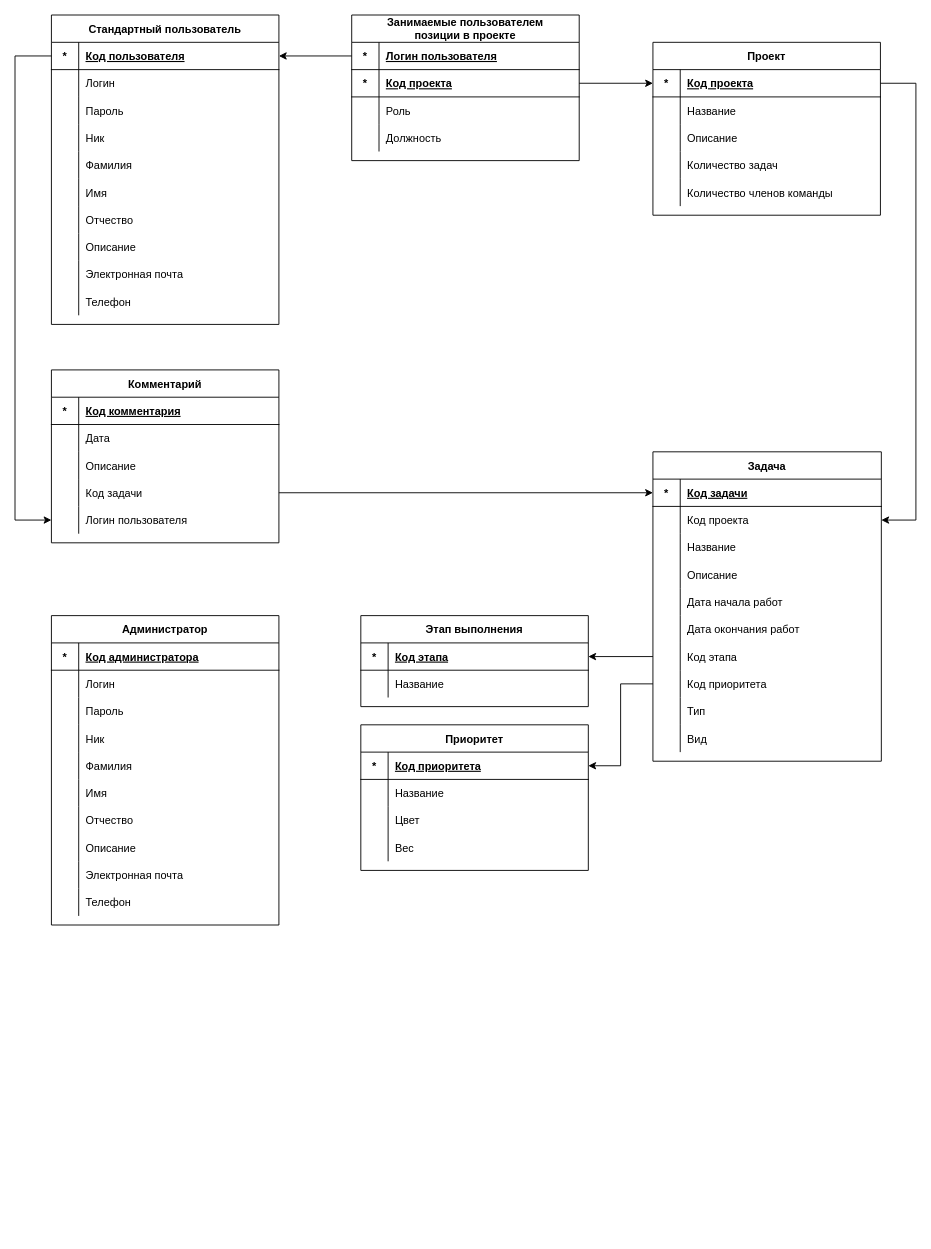
This is doc/relational.drawio from UlrixSingle/task-manager-suai-23, a draw.io file, before an edit. Source tidied: cells renumbered, new cells numbered last; positions are measured from the earlier drawing's top-left corner, leaving out a move shared by most shapes. Both pictures are drawn from the tidied source at 91%, with x=0, y=0 at pixel (15, 15).
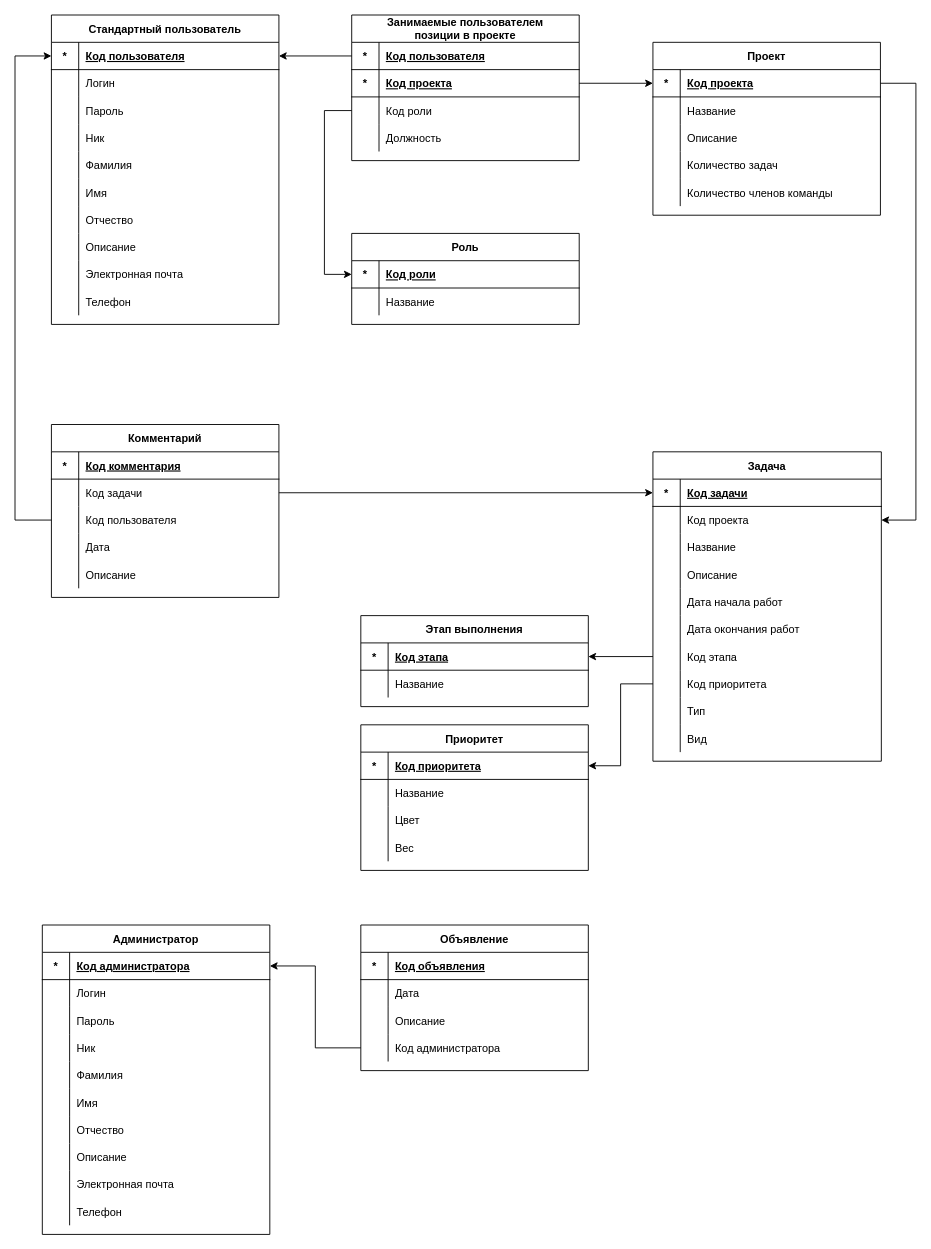
The same diagram, later.

Unchanged cells that the change refers to:
```xml
<mxCell id="86" style="shape=partialRectangle;fillColor=none;points=[[0,0.5],[1,0.5]];portConstraint=eastwest;top=0;left=0;right=0;bottom=1;" parent="85" vertex="1">
  <mxGeometry y="30" width="250" height="30" as="geometry" />
</mxCell>
<mxCell id="92" style="shape=partialRectangle;fillColor=none;points=[[0,0.5],[1,0.5]];portConstraint=eastwest;top=0;left=0;right=0;bottom=0;" parent="85" vertex="1">
  <mxGeometry y="90" width="250" height="30" as="geometry" />
</mxCell>
<mxCell id="100" style="shape=partialRectangle;fillColor=none;points=[[0,0.5],[1,0.5]];portConstraint=eastwest;top=0;left=0;right=0;bottom=1;" parent="99" vertex="1">
  <mxGeometry y="30" width="250" height="30" as="geometry" />
</mxCell>
<mxCell id="134" style="shape=partialRectangle;fillColor=none;points=[[0,0.5],[1,0.5]];portConstraint=eastwest;top=0;left=0;right=0;bottom=1;" parent="133" vertex="1">
  <mxGeometry y="30" width="250" height="30" as="geometry" />
</mxCell>
```

Change to the diagram source:
```diff
@@
     <mxCell id="69" value="Комментарий" style="shape=table;startSize=30;childLayout=tableLayout;rowLines=0;fontStyle=1;align=center;" parent="1" vertex="1">
-      <mxGeometry x="40" y="390" width="250" height="190" as="geometry" />
+      <mxGeometry x="40" y="450" width="250" height="190" as="geometry" />
     </mxCell>
@@
+    <mxCell id="79" style="shape=partialRectangle;fillColor=none;points=[[0,0.5],[1,0.5]];portConstraint=eastwest;top=0;left=0;right=0;bottom=0;" parent="69" vertex="1">
+      <mxGeometry y="60" width="250" height="30" as="geometry" />
+    </mxCell>
+    <mxCell id="80" style="shape=partialRectangle;overflow=hidden;fillColor=none;top=0;left=0;bottom=0;right=0;" parent="79" vertex="1">
+      <mxGeometry width="30" height="30" as="geometry" />
+    </mxCell>
+    <mxCell id="81" value="Код задачи" style="shape=partialRectangle;overflow=hidden;fillColor=none;top=0;left=0;bottom=0;right=0;align=left;spacingLeft=6;" parent="79" vertex="1">
+      <mxGeometry x="30" width="220" height="30" as="geometry" />
+    </mxCell>
+    <mxCell id="82" style="shape=partialRectangle;fillColor=none;points=[[0,0.5],[1,0.5]];portConstraint=eastwest;top=0;left=0;right=0;bottom=0;" parent="69" vertex="1">
+      <mxGeometry y="90" width="250" height="30" as="geometry" />
+    </mxCell>
+    <mxCell id="83" style="shape=partialRectangle;overflow=hidden;fillColor=none;top=0;left=0;bottom=0;right=0;" parent="82" vertex="1">
+      <mxGeometry width="30" height="30" as="geometry" />
+    </mxCell>
+    <mxCell id="84" value="Код пользователя" style="shape=partialRectangle;overflow=hidden;fillColor=none;top=0;left=0;bottom=0;right=0;align=left;spacingLeft=6;" parent="82" vertex="1">
+      <mxGeometry x="30" width="220" height="30" as="geometry" />
+    </mxCell>
     <mxCell id="73" style="shape=partialRectangle;fillColor=none;top=0;left=0;right=0;bottom=0;" parent="69" vertex="1">
-      <mxGeometry y="60" width="250" height="30" as="geometry" />
+      <mxGeometry y="120" width="250" height="30" as="geometry" />
     </mxCell>
@@
     <mxCell id="76" style="shape=partialRectangle;fillColor=none;top=0;left=0;right=0;bottom=0;" parent="69" vertex="1">
-      <mxGeometry y="90" width="250" height="30" as="geometry" />
+      <mxGeometry y="150" width="250" height="30" as="geometry" />
     </mxCell>
@@
-    <mxCell id="79" style="shape=partialRectangle;fillColor=none;points=[[0,0.5],[1,0.5]];portConstraint=eastwest;top=0;left=0;right=0;bottom=0;" parent="69" vertex="1">
-      <mxGeometry y="120" width="250" height="30" as="geometry" />
-    </mxCell>
-    <mxCell id="80" style="shape=partialRectangle;overflow=hidden;fillColor=none;top=0;left=0;bottom=0;right=0;" parent="79" vertex="1">
-      <mxGeometry width="30" height="30" as="geometry" />
-    </mxCell>
-    <mxCell id="81" value="Код задачи" style="shape=partialRectangle;overflow=hidden;fillColor=none;top=0;left=0;bottom=0;right=0;align=left;spacingLeft=6;" parent="79" vertex="1">
-      <mxGeometry x="30" width="220" height="30" as="geometry" />
-    </mxCell>
-    <mxCell id="82" style="shape=partialRectangle;fillColor=none;points=[[0,0.5],[1,0.5]];portConstraint=eastwest;top=0;left=0;right=0;bottom=0;" parent="69" vertex="1">
-      <mxGeometry y="150" width="250" height="30" as="geometry" />
-    </mxCell>
-    <mxCell id="83" style="shape=partialRectangle;overflow=hidden;fillColor=none;top=0;left=0;bottom=0;right=0;" parent="82" vertex="1">
-      <mxGeometry width="30" height="30" as="geometry" />
-    </mxCell>
-    <mxCell id="84" value="Логин пользователя" style="shape=partialRectangle;overflow=hidden;fillColor=none;top=0;left=0;bottom=0;right=0;align=left;spacingLeft=6;" parent="82" vertex="1">
-      <mxGeometry x="30" width="220" height="30" as="geometry" />
-    </mxCell>
@@
-    <mxCell id="88" value="Логин пользователя" style="shape=partialRectangle;overflow=hidden;fillColor=none;top=0;left=0;bottom=0;right=0;align=left;spacingLeft=6;fontStyle=5;" parent="86" vertex="1">
+    <mxCell id="88" value="Код пользователя" style="shape=partialRectangle;overflow=hidden;fillColor=none;top=0;left=0;bottom=0;right=0;align=left;spacingLeft=6;fontStyle=5;" parent="86" vertex="1">
       <mxGeometry x="30" width="220" height="30" as="geometry" />
     </mxCell>
@@
-    <mxCell id="94" value="Роль" style="shape=partialRectangle;overflow=hidden;fillColor=none;top=0;left=0;bottom=0;right=0;align=left;spacingLeft=6;" parent="92" vertex="1">
+    <mxCell id="94" value="Код роли" style="shape=partialRectangle;overflow=hidden;fillColor=none;top=0;left=0;bottom=0;right=0;align=left;spacingLeft=6;" parent="92" vertex="1">
       <mxGeometry x="30" width="220" height="30" as="geometry" />
     </mxCell>
@@
-    <mxCell id="131" style="edgeStyle=orthogonalEdgeStyle;rounded=0;jettySize=auto;html=1;exitX=0;exitY=0.5;exitDx=0;exitDy=0;entryX=0;entryY=0.5;entryDx=0;entryDy=0;startFill=0;endFill=1;startSize=6;endSize=6;" parent="1" edge="1" source="100" target="82">
+    <mxCell id="131" style="edgeStyle=orthogonalEdgeStyle;rounded=0;jettySize=auto;html=1;exitX=0;exitY=0.5;exitDx=0;exitDy=0;entryX=0;entryY=0.5;entryDx=0;entryDy=0;startFill=1;endFill=0;startSize=6;endSize=6;startArrow=classic;endArrow=none;" parent="1" edge="1" source="100" target="82">
       <mxGeometry relative="1" as="geometry">
         <Array as="points">
           <mxPoint y="45" />
           <mxPoint y="555" />
         </Array>
       </mxGeometry>
     </mxCell>
@@
     <mxCell id="133" value="Администратор" style="shape=table;startSize=30;childLayout=tableLayout;rowLines=0;fontStyle=1;align=center;" parent="1" vertex="1">
-      <mxGeometry x="40" y="660" width="250" height="340" as="geometry" />
+      <mxGeometry x="30" y="1000" width="250" height="340" as="geometry" />
     </mxCell>
@@
+    <mxCell id="167" value="Роль" style="shape=table;startSize=30;childLayout=tableLayout;rowLines=0;fontStyle=1;align=center;" parent="1" vertex="1">
+      <mxGeometry x="370" y="240" width="250" height="100" as="geometry" />
+    </mxCell>
+    <mxCell id="168" style="shape=partialRectangle;fillColor=none;points=[[0,0.5],[1,0.5]];portConstraint=eastwest;top=0;left=0;right=0;bottom=1;" parent="167" vertex="1">
+      <mxGeometry y="30" width="250" height="30" as="geometry" />
+    </mxCell>
+    <mxCell id="169" value="*" style="shape=partialRectangle;overflow=hidden;fillColor=none;top=0;left=0;bottom=0;right=0;fontStyle=1;" parent="168" vertex="1">
+      <mxGeometry width="30" height="30" as="geometry" />
+    </mxCell>
+    <mxCell id="170" value="Код роли" style="shape=partialRectangle;overflow=hidden;fillColor=none;top=0;left=0;bottom=0;right=0;align=left;spacingLeft=6;fontStyle=5;" parent="168" vertex="1">
+      <mxGeometry x="30" width="220" height="30" as="geometry" />
+    </mxCell>
+    <mxCell id="171" style="shape=partialRectangle;fillColor=none;top=0;left=0;right=0;bottom=0;" parent="167" vertex="1">
+      <mxGeometry y="60" width="250" height="30" as="geometry" />
+    </mxCell>
+    <mxCell id="172" style="shape=partialRectangle;overflow=hidden;fillColor=none;top=0;left=0;bottom=0;right=0;" parent="171" vertex="1">
+      <mxGeometry width="30" height="30" as="geometry" />
+    </mxCell>
+    <mxCell id="173" value="Название" style="shape=partialRectangle;overflow=hidden;fillColor=none;top=0;left=0;bottom=0;right=0;align=left;spacingLeft=6;" parent="171" vertex="1">
+      <mxGeometry x="30" width="220" height="30" as="geometry" />
+    </mxCell>
+    <mxCell id="174" style="edgeStyle=orthogonalEdgeStyle;rounded=0;jettySize=auto;html=1;exitX=0;exitY=0.5;exitDx=0;exitDy=0;entryX=0;entryY=0.5;entryDx=0;entryDy=0;startArrow=classic;startFill=1;endArrow=none;endFill=0;" parent="1" edge="1" source="168" target="92">
+      <mxGeometry relative="1" as="geometry">
+        <Array as="points">
+          <mxPoint x="340" y="285" />
+          <mxPoint x="340" y="105" />
+        </Array>
+      </mxGeometry>
+    </mxCell>
+    <mxCell id="175" value="Объявление" style="shape=table;startSize=30;childLayout=tableLayout;rowLines=0;fontStyle=1;align=center;" parent="1" vertex="1">
+      <mxGeometry x="380" y="1000" width="250" height="160" as="geometry" />
+    </mxCell>
+    <mxCell id="176" style="shape=partialRectangle;fillColor=none;top=0;left=0;right=0;bottom=1;" parent="175" vertex="1">
+      <mxGeometry y="30" width="250" height="30" as="geometry" />
+    </mxCell>
+    <mxCell id="177" value="*" style="shape=partialRectangle;overflow=hidden;fillColor=none;top=0;left=0;bottom=0;right=0;fontStyle=1;" parent="176" vertex="1">
+      <mxGeometry width="30" height="30" as="geometry" />
+    </mxCell>
+    <mxCell id="178" value="Код объявления" style="shape=partialRectangle;overflow=hidden;fillColor=none;top=0;left=0;bottom=0;right=0;align=left;spacingLeft=6;fontStyle=5;" parent="176" vertex="1">
+      <mxGeometry x="30" width="220" height="30" as="geometry" />
+    </mxCell>
+    <mxCell id="179" style="shape=partialRectangle;fillColor=none;top=0;left=0;right=0;bottom=0;" parent="175" vertex="1">
+      <mxGeometry y="60" width="250" height="30" as="geometry" />
+    </mxCell>
+    <mxCell id="180" style="shape=partialRectangle;overflow=hidden;fillColor=none;top=0;left=0;bottom=0;right=0;" parent="179" vertex="1">
+      <mxGeometry width="30" height="30" as="geometry" />
+    </mxCell>
+    <mxCell id="181" value="Дата" style="shape=partialRectangle;overflow=hidden;fillColor=none;top=0;left=0;bottom=0;right=0;align=left;spacingLeft=6;" parent="179" vertex="1">
+      <mxGeometry x="30" width="220" height="30" as="geometry" />
+    </mxCell>
+    <mxCell id="182" style="shape=partialRectangle;fillColor=none;top=0;left=0;right=0;bottom=0;" parent="175" vertex="1">
+      <mxGeometry y="90" width="250" height="30" as="geometry" />
+    </mxCell>
+    <mxCell id="183" style="shape=partialRectangle;overflow=hidden;fillColor=none;top=0;left=0;bottom=0;right=0;" parent="182" vertex="1">
+      <mxGeometry width="30" height="30" as="geometry" />
+    </mxCell>
+    <mxCell id="184" value="Описание" style="shape=partialRectangle;overflow=hidden;fillColor=none;top=0;left=0;bottom=0;right=0;align=left;spacingLeft=6;" parent="182" vertex="1">
+      <mxGeometry x="30" width="220" height="30" as="geometry" />
+    </mxCell>
+    <mxCell id="185" style="shape=partialRectangle;fillColor=none;points=[[0,0.5],[1,0.5]];portConstraint=eastwest;top=0;left=0;right=0;bottom=0;" parent="175" vertex="1">
+      <mxGeometry y="120" width="250" height="30" as="geometry" />
+    </mxCell>
+    <mxCell id="186" style="shape=partialRectangle;overflow=hidden;fillColor=none;top=0;left=0;bottom=0;right=0;" parent="185" vertex="1">
+      <mxGeometry width="30" height="30" as="geometry" />
+    </mxCell>
+    <mxCell id="187" value="Код администратора" style="shape=partialRectangle;overflow=hidden;fillColor=none;top=0;left=0;bottom=0;right=0;align=left;spacingLeft=6;" parent="185" vertex="1">
+      <mxGeometry x="30" width="220" height="30" as="geometry" />
+    </mxCell>
+    <mxCell id="188" style="edgeStyle=orthogonalEdgeStyle;rounded=0;jettySize=auto;html=1;exitX=0;exitY=0.5;exitDx=0;exitDy=0;entryX=1;entryY=0.5;entryDx=0;entryDy=0;" parent="1" edge="1" source="185" target="134">
+      <mxGeometry relative="1" as="geometry" />
+    </mxCell>
```
